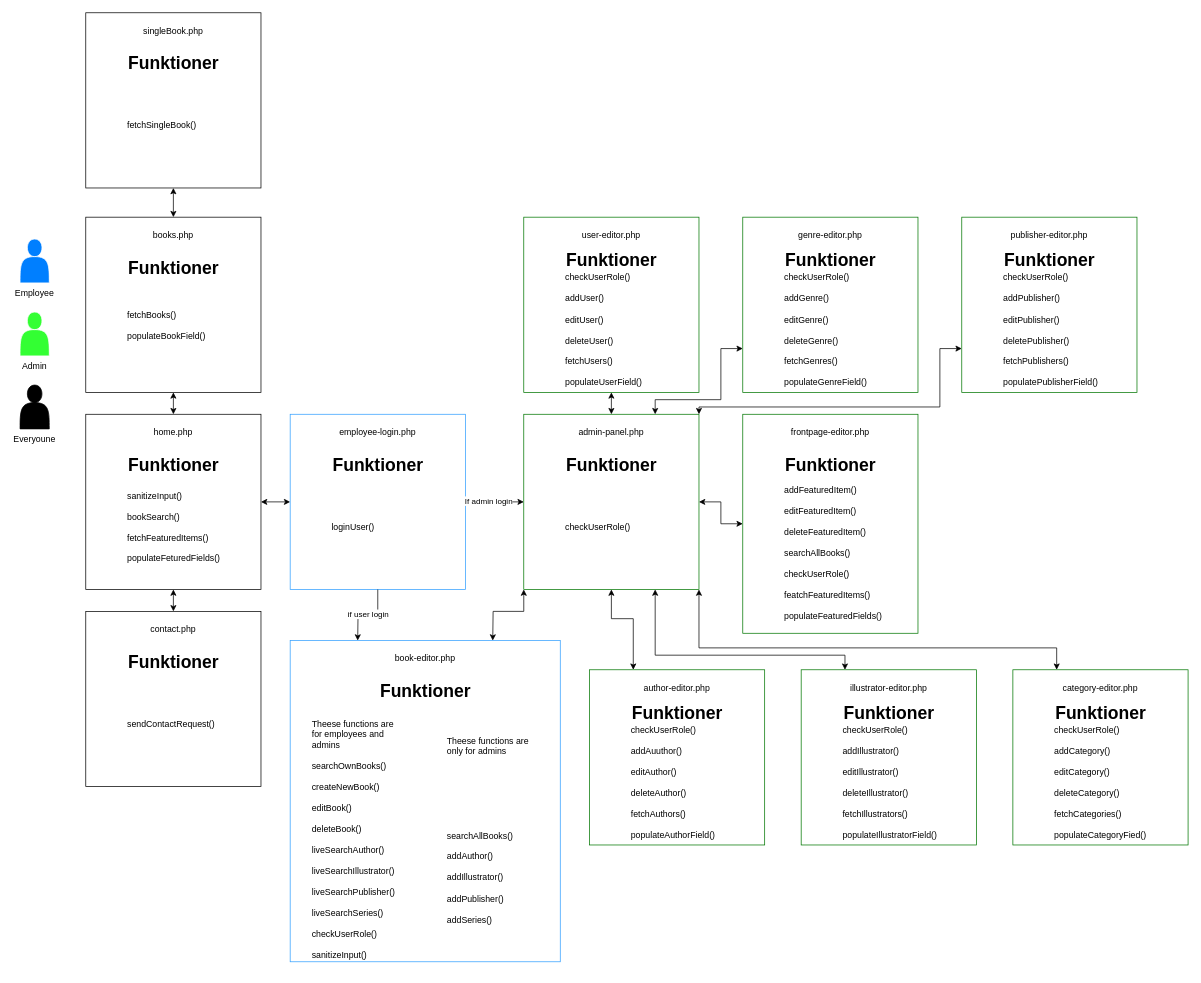
This is plans/yrkesprov_flowchart.drawio from RasLin1/qvintus_antikvariat, a draw.io file, before an edit. Source tidied: cells renumbered, new cells numbered last; positions are measured from the earlier drawing's top-left corner, leaving out a move shared by most shapes. Both pictures are drawn from the tidied source at 73%, with x=0, y=0 at pixel (12, 12).
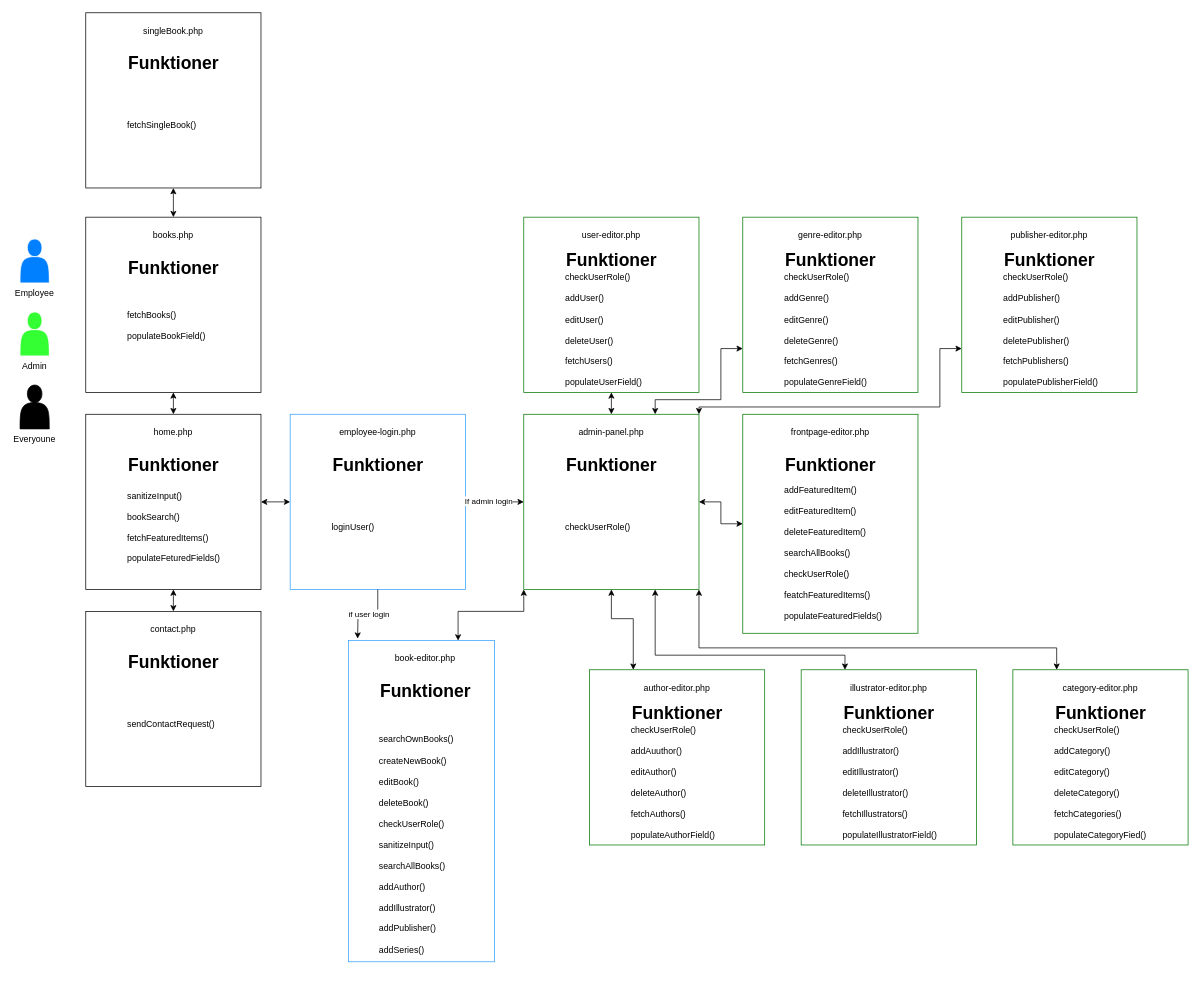
Above is the later version.

The change refers to these unchanged cells:
```xml
<mxCell id="23" style="rounded=0;whiteSpace=wrap;html=1;strokeColor=#319fff;fillColor=default;" parent="1" vertex="1">
  <mxGeometry x="380" y="550" width="240" height="240" as="geometry" />
</mxCell>
<mxCell id="27" style="rounded=0;whiteSpace=wrap;html=1;strokeColor=#007600;fillColor=default;" parent="1" vertex="1">
  <mxGeometry x="700" y="550" width="240" height="240" as="geometry" />
</mxCell>
```

What changed in the source:
```diff
@@
     <mxCell id="33" style="rounded=0;whiteSpace=wrap;html=1;strokeColor=#319fff;fillColor=default;" parent="1" vertex="1">
-      <mxGeometry x="380" y="860" width="370" height="440" as="geometry" />
+      <mxGeometry x="460" y="860" width="200" height="440" as="geometry" />
     </mxCell>
@@
-    <mxCell id="36" value="&lt;div&gt;Theese functions are for employees and admins&lt;/div&gt;&lt;div&gt;&lt;br&gt;&lt;/div&gt;&lt;div&gt;searchOwnBooks()&lt;/div&gt;&lt;div&gt;&lt;br&gt;&lt;/div&gt;createNewBook()&lt;div&gt;&lt;br&gt;&lt;div&gt;editBook()&lt;/div&gt;&lt;div&gt;&lt;br&gt;&lt;/div&gt;&lt;div&gt;deleteBook()&lt;/div&gt;&lt;div&gt;&lt;br&gt;&lt;/div&gt;&lt;/div&gt;&lt;div&gt;liveSearchAuthor()&lt;/div&gt;&lt;div&gt;&lt;br&gt;&lt;/div&gt;&lt;div&gt;liveSearchIllustrator()&lt;/div&gt;&lt;div&gt;&lt;br&gt;&lt;/div&gt;&lt;div&gt;liveSearchPublisher()&lt;/div&gt;&lt;div&gt;&lt;br&gt;&lt;/div&gt;&lt;div&gt;liveSearchSeries()&lt;/div&gt;&lt;div&gt;&lt;br&gt;&lt;/div&gt;&lt;div&gt;checkUserRole()&lt;/div&gt;&lt;div&gt;&lt;br&gt;&lt;/div&gt;&lt;div&gt;&lt;div&gt;sanitizeInput()&lt;/div&gt;&lt;div&gt;&lt;br&gt;&lt;/div&gt;&lt;/div&gt;" style="text;html=1;align=left;verticalAlign=middle;whiteSpace=wrap;rounded=0;" parent="1" vertex="1">
-      <mxGeometry x="407.5" y="980" width="130" height="320" as="geometry" />
+    <mxCell id="36" value="&lt;div&gt;&lt;span style=&quot;background-color: initial;&quot;&gt;searchOwnBooks()&lt;/span&gt;&lt;/div&gt;&lt;div&gt;&lt;br&gt;&lt;/div&gt;createNewBook()&lt;div&gt;&lt;br&gt;&lt;div&gt;editBook()&lt;/div&gt;&lt;div&gt;&lt;br&gt;&lt;/div&gt;&lt;div&gt;deleteBook()&lt;/div&gt;&lt;/div&gt;&lt;div&gt;&lt;br&gt;&lt;/div&gt;&lt;div&gt;checkUserRole()&lt;/div&gt;&lt;div&gt;&lt;br&gt;&lt;/div&gt;&lt;div&gt;&lt;div&gt;sanitizeInput()&lt;/div&gt;&lt;div&gt;&lt;br&gt;&lt;/div&gt;&lt;/div&gt;&lt;div&gt;&lt;div&gt;searchAllBooks()&lt;/div&gt;&lt;div&gt;&lt;br&gt;&lt;/div&gt;&lt;div&gt;addAuthor()&lt;/div&gt;&lt;div&gt;&lt;br&gt;&lt;/div&gt;&lt;div&gt;addIllustrator()&lt;/div&gt;&lt;div&gt;&lt;br&gt;&lt;/div&gt;&lt;div&gt;addPublisher()&lt;/div&gt;&lt;div&gt;&lt;br&gt;&lt;/div&gt;&lt;div&gt;addSeries()&lt;/div&gt;&lt;/div&gt;" style="text;html=1;align=left;verticalAlign=middle;whiteSpace=wrap;rounded=0;" parent="1" vertex="1">
+      <mxGeometry x="500" y="980" width="130" height="320" as="geometry" />
     </mxCell>
-    <mxCell id="37" value="Theese functions are only for admins&lt;div&gt;&lt;br&gt;&lt;/div&gt;&lt;div&gt;&lt;br&gt;&lt;/div&gt;&lt;div&gt;&lt;br&gt;&lt;/div&gt;&lt;div&gt;&lt;br&gt;&lt;/div&gt;&lt;div&gt;&lt;br&gt;&lt;/div&gt;&lt;div&gt;&lt;br&gt;&lt;div&gt;&lt;br&gt;&lt;/div&gt;&lt;div&gt;searchAllBooks()&lt;/div&gt;&lt;div&gt;&lt;br&gt;&lt;/div&gt;&lt;div&gt;addAuthor()&lt;/div&gt;&lt;div&gt;&lt;br&gt;&lt;/div&gt;&lt;div&gt;addIllustrator()&lt;/div&gt;&lt;div&gt;&lt;br&gt;&lt;/div&gt;&lt;div&gt;addPublisher()&lt;/div&gt;&lt;div&gt;&lt;br&gt;&lt;/div&gt;&lt;div&gt;addSeries()&lt;/div&gt;&lt;/div&gt;" style="text;html=1;align=left;verticalAlign=middle;whiteSpace=wrap;rounded=0;" parent="1" vertex="1">
-      <mxGeometry x="592.5" y="980" width="130" height="280" as="geometry" />
-    </mxCell>
-    <mxCell id="38" style="endArrow=classic;html=1;rounded=0;entryX=0.25;entryY=0;entryDx=0;entryDy=0;exitX=0.5;exitY=1;exitDx=0;exitDy=0;" parent="1" edge="1" source="23" target="33">
+    <mxCell id="38" style="endArrow=classic;html=1;rounded=0;entryX=0.062;entryY=-0.006;entryDx=0;entryDy=0;exitX=0.5;exitY=1;exitDx=0;exitDy=0;entryPerimeter=0;" parent="1" edge="1" source="23" target="33">
       <mxGeometry relative="1" as="geometry">
         <Array as="points">
           <mxPoint x="500" y="820" />
           <mxPoint x="473" y="820" />
         </Array>
       </mxGeometry>
     </mxCell>
@@
     <mxCell id="54" style="endArrow=classic;startArrow=classic;html=1;rounded=0;entryX=0;entryY=1;entryDx=0;entryDy=0;exitX=0.75;exitY=0;exitDx=0;exitDy=0;" parent="1" edge="1" source="33" target="27">
       <mxGeometry relative="1" as="geometry">
         <Array as="points">
-          <mxPoint x="658" y="820" />
+          <mxPoint x="610" y="820" />
           <mxPoint x="700" y="820" />
         </Array>
       </mxGeometry>
     </mxCell>
```
